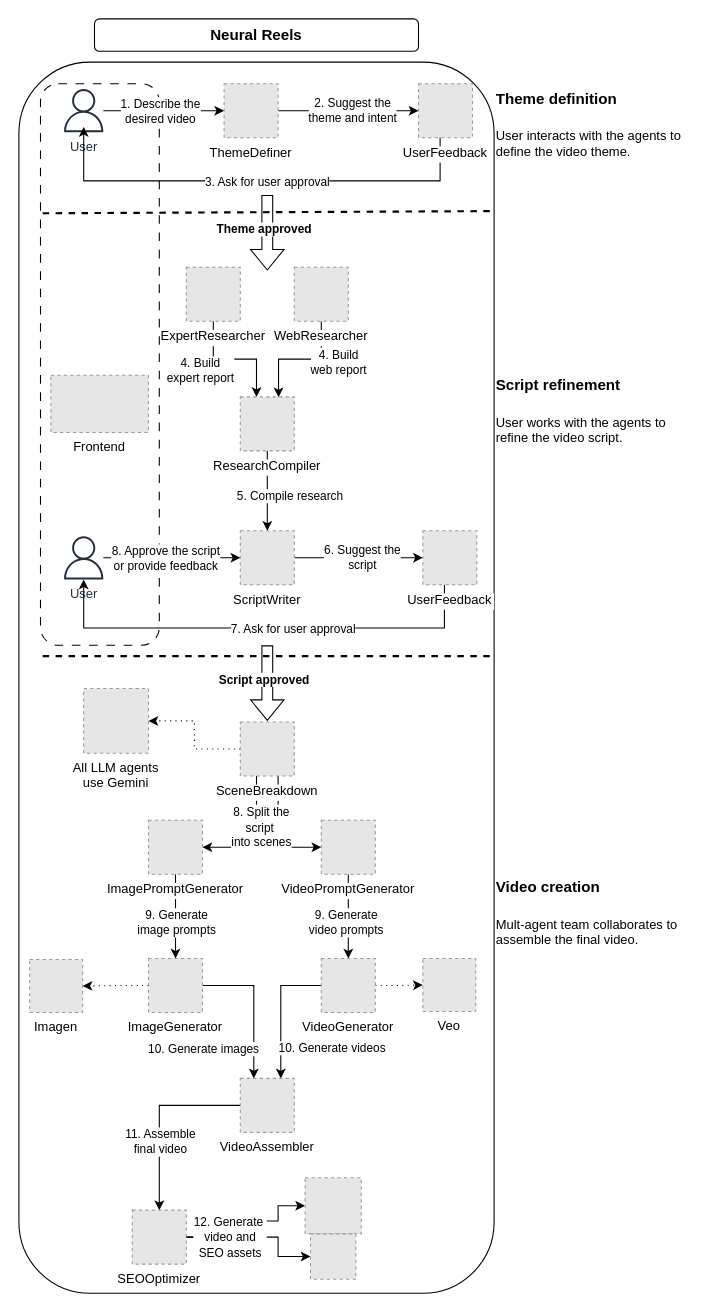
Above: static/diagram.drawio in dimitreOliveira/neural-reels (draw.io), before the change. Source tidied: cells renumbered, new cells numbered last; positions are measured from the earlier drawing's top-left corner, leaving out a move shared by most shapes. Both pictures are drawn from the tidied source at 108%, with x=0, y=0 at pixel (18, 18). Pictures stored in the file or linked from it are replaced by grey dashed boxes.
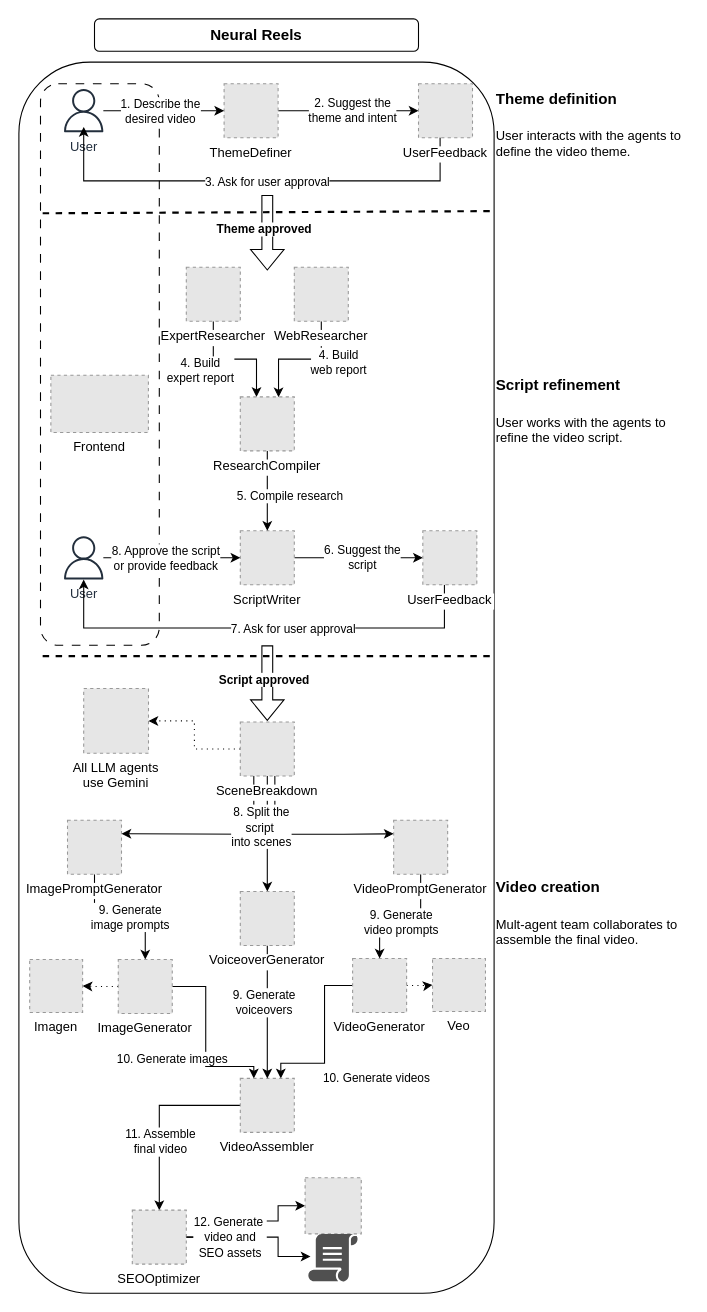
The same diagram, later.

Unchanged cells that the change refers to:
```xml
<mxCell id="4" value="All LLM agents&#10;use Gemini&#10;" style="fillColor=#E6E6E6;strokeColor=#999999;dashed=1;verticalLabelPosition=bottom;labelBackgroundColor=default;verticalAlign=top;" parent="1" vertex="1">
  <mxGeometry x="60" y="620" width="60" height="60" as="geometry" />
</mxCell>
<mxCell id="46" value="SceneBreakdown" style="fillColor=#E6E6E6;strokeColor=#999999;dashed=1;verticalLabelPosition=bottom;labelBackgroundColor=default;verticalAlign=top;" parent="1" vertex="1">
  <mxGeometry x="205" y="651" width="50" height="50" as="geometry" />
</mxCell>
<mxCell id="63" value="VideoAssembler" style="fillColor=#E6E6E6;strokeColor=#999999;dashed=1;verticalLabelPosition=bottom;labelBackgroundColor=default;verticalAlign=top;" parent="1" vertex="1">
  <mxGeometry x="205" y="981" width="50" height="50" as="geometry" />
</mxCell>
<mxCell id="66" value="SEOOptimizer" style="fillColor=#E6E6E6;strokeColor=#999999;dashed=1;verticalLabelPosition=bottom;labelBackgroundColor=default;verticalAlign=top;" parent="1" vertex="1">
  <mxGeometry x="105" y="1103" width="50" height="50" as="geometry" />
</mxCell>
```

The edit, as a diff of the source:
```diff
@@
-    <mxCell id="43" style="edgeStyle=orthogonalEdgeStyle;rounded=0;jettySize=auto;html=1;" parent="1" edge="1" source="46" target="49">
+    <mxCell id="43" style="edgeStyle=orthogonalEdgeStyle;rounded=0;jettySize=auto;html=1;entryX=1;entryY=0.25;entryDx=0;entryDy=0;exitX=0.25;exitY=1;exitDx=0;exitDy=0;" parent="1" edge="1" source="46" target="49">
       <mxGeometry relative="1" as="geometry">
         <Array as="points">
-          <mxPoint x="220" y="767" />
+          <mxPoint x="218" y="755" />
+          <mxPoint x="220" y="755" />
         </Array>
       </mxGeometry>
     </mxCell>
+    <mxCell id="45" style="edgeStyle=orthogonalEdgeStyle;rounded=0;jettySize=auto;html=1;entryX=1;entryY=0.5;entryDx=0;entryDy=0;dashed=1;dashPattern=1 4;" parent="1" edge="1" source="46" target="4">
+      <mxGeometry relative="1" as="geometry" />
+    </mxCell>
+    <mxCell id="74" style="edgeStyle=orthogonalEdgeStyle;rounded=0;jettySize=auto;html=1;" parent="1" edge="1" source="46" target="78">
+      <mxGeometry relative="1" as="geometry" />
+    </mxCell>
-    <mxCell id="44" style="edgeStyle=orthogonalEdgeStyle;rounded=0;jettySize=auto;html=1;entryX=0;entryY=0.5;entryDx=0;entryDy=0;" parent="1" edge="1" source="46" target="52">
+    <mxCell id="44" style="edgeStyle=orthogonalEdgeStyle;rounded=0;jettySize=auto;html=1;entryX=0;entryY=0.25;entryDx=0;entryDy=0;" parent="1" edge="1" source="46" target="52">
       <mxGeometry relative="1" as="geometry">
         <Array as="points">
-          <mxPoint x="240" y="767" />
+          <mxPoint x="237" y="755" />
+          <mxPoint x="301" y="755" />
         </Array>
       </mxGeometry>
     </mxCell>
-    <mxCell id="45" style="edgeStyle=orthogonalEdgeStyle;rounded=0;jettySize=auto;html=1;entryX=1;entryY=0.5;entryDx=0;entryDy=0;dashed=1;dashPattern=1 4;" parent="1" edge="1" source="46" target="4">
-      <mxGeometry relative="1" as="geometry" />
-    </mxCell>
@@
     <mxCell id="49" value="ImagePromptGenerator" style="fillColor=#E6E6E6;strokeColor=#999999;dashed=1;verticalLabelPosition=bottom;labelBackgroundColor=default;verticalAlign=top;" parent="1" vertex="1">
-      <mxGeometry x="120" y="742" width="50" height="50" as="geometry" />
+      <mxGeometry x="45" y="742" width="50" height="50" as="geometry" />
     </mxCell>
-    <mxCell id="50" style="edgeStyle=orthogonalEdgeStyle;rounded=0;jettySize=auto;html=1;" parent="1" edge="1" source="52" target="60">
-      <mxGeometry relative="1" as="geometry" />
+    <mxCell id="50" style="edgeStyle=orthogonalEdgeStyle;rounded=0;jettySize=auto;html=1;exitX=0.5;exitY=1;exitDx=0;exitDy=0;" parent="1" edge="1" source="52" target="60">
+      <mxGeometry relative="1" as="geometry">
+        <Array as="points">
+          <mxPoint x="372" y="839" />
+          <mxPoint x="334" y="839" />
+        </Array>
+      </mxGeometry>
     </mxCell>
@@
     <mxCell id="52" value="VideoPromptGenerator" style="fillColor=#E6E6E6;strokeColor=#999999;dashed=1;verticalLabelPosition=bottom;labelBackgroundColor=default;verticalAlign=top;" parent="1" vertex="1">
-      <mxGeometry x="280" y="742" width="50" height="50" as="geometry" />
+      <mxGeometry x="347" y="742" width="50" height="50" as="geometry" />
     </mxCell>
     <mxCell id="53" style="edgeStyle=orthogonalEdgeStyle;rounded=0;jettySize=auto;html=1;entryX=0.25;entryY=0;entryDx=0;entryDy=0;" parent="1" edge="1" source="56" target="63">
-      <mxGeometry relative="1" as="geometry" />
+      <mxGeometry relative="1" as="geometry">
+        <Array as="points">
+          <mxPoint x="173" y="896" />
+          <mxPoint x="173" y="970" />
+          <mxPoint x="218" y="970" />
+        </Array>
+      </mxGeometry>
     </mxCell>
@@
     <mxCell id="56" value="ImageGenerator" style="fillColor=#E6E6E6;strokeColor=#999999;dashed=1;verticalLabelPosition=bottom;labelBackgroundColor=default;verticalAlign=top;" parent="1" vertex="1">
-      <mxGeometry x="120" y="870" width="50" height="50" as="geometry" />
+      <mxGeometry x="92" y="871" width="50" height="50" as="geometry" />
     </mxCell>
     <mxCell id="57" style="edgeStyle=orthogonalEdgeStyle;rounded=0;jettySize=auto;html=1;entryX=0.75;entryY=0;entryDx=0;entryDy=0;" parent="1" edge="1" source="60" target="63">
-      <mxGeometry relative="1" as="geometry" />
+      <mxGeometry relative="1" as="geometry">
+        <Array as="points">
+          <mxPoint x="283" y="895" />
+          <mxPoint x="283" y="967" />
+          <mxPoint x="243" y="967" />
+        </Array>
+      </mxGeometry>
     </mxCell>
@@
     <mxCell id="60" value="VideoGenerator" style="fillColor=#E6E6E6;strokeColor=#999999;dashed=1;verticalLabelPosition=bottom;labelBackgroundColor=default;verticalAlign=top;" parent="1" vertex="1">
-      <mxGeometry x="280" y="870" width="50" height="50" as="geometry" />
+      <mxGeometry x="309" y="870" width="50" height="50" as="geometry" />
     </mxCell>
@@
-    <mxCell id="65" style="edgeStyle=orthogonalEdgeStyle;rounded=0;jettySize=auto;html=1;entryX=0;entryY=0.5;entryDx=0;entryDy=0;" parent="1" edge="1" source="66" target="69">
+    <mxCell id="65" style="edgeStyle=orthogonalEdgeStyle;rounded=0;jettySize=auto;html=1;entryX=0;entryY=0.5;entryDx=0;entryDy=0;" parent="1" edge="1" source="66">
       <mxGeometry relative="1" as="geometry">
+        <mxPoint x="270" y="1146" as="targetPoint" />
         <Array as="points">
           <mxPoint x="240" y="1128" />
           <mxPoint x="240" y="1146" />
         </Array>
       </mxGeometry>
     </mxCell>
@@
-    <mxCell id="69" style="fillColor=#E6E6E6;strokeColor=#999999;dashed=1;html=1;verticalAlign=top;verticalLabelPosition=bottom;labelBackgroundColor=#ffffff;" parent="1" vertex="1">
-      <mxGeometry x="270" y="1125" width="42" height="42" as="geometry" />
-    </mxCell>
@@
     <mxCell id="73" value="Veo" style="fillColor=#E6E6E6;strokeColor=#999999;dashed=1;verticalLabelPosition=bottom;labelBackgroundColor=default;verticalAlign=top;" parent="1" vertex="1">
-      <mxGeometry x="374" y="870" width="49" height="49" as="geometry" />
+      <mxGeometry x="383" y="870" width="49" height="49" as="geometry" />
     </mxCell>
+    <mxCell id="75" style="sketch=0;shadow=0;dashed=0;html=1;strokeColor=none;fillColor=#505050;labelPosition=center;verticalLabelPosition=bottom;verticalAlign=top;align=center;shape=mxgraph.office.concepts.script;" parent="1" vertex="1">
+      <mxGeometry x="268" y="1125" width="46" height="44" as="geometry" />
+    </mxCell>
+    <mxCell id="76" style="edgeStyle=orthogonalEdgeStyle;rounded=0;jettySize=auto;html=1;entryX=0.5;entryY=0;entryDx=0;entryDy=0;" parent="1" edge="1" source="78" target="63">
+      <mxGeometry relative="1" as="geometry" />
+    </mxCell>
+    <mxCell id="77" value="9. Generate&lt;div&gt;voiceovers&lt;/div&gt;" style="edgeLabel;html=1;align=center;verticalAlign=middle;" parent="76" vertex="1">
+      <mxGeometry x="-0.15" y="1" relative="1" as="geometry">
+        <mxPoint x="-5" as="offset" />
+      </mxGeometry>
+    </mxCell>
+    <mxCell id="78" value="VoiceoverGenerator" style="fillColor=#E6E6E6;strokeColor=#999999;dashed=1;verticalLabelPosition=bottom;labelBackgroundColor=default;verticalAlign=top;" parent="1" vertex="1">
+      <mxGeometry x="205" y="808" width="50" height="50" as="geometry" />
+    </mxCell>
```
